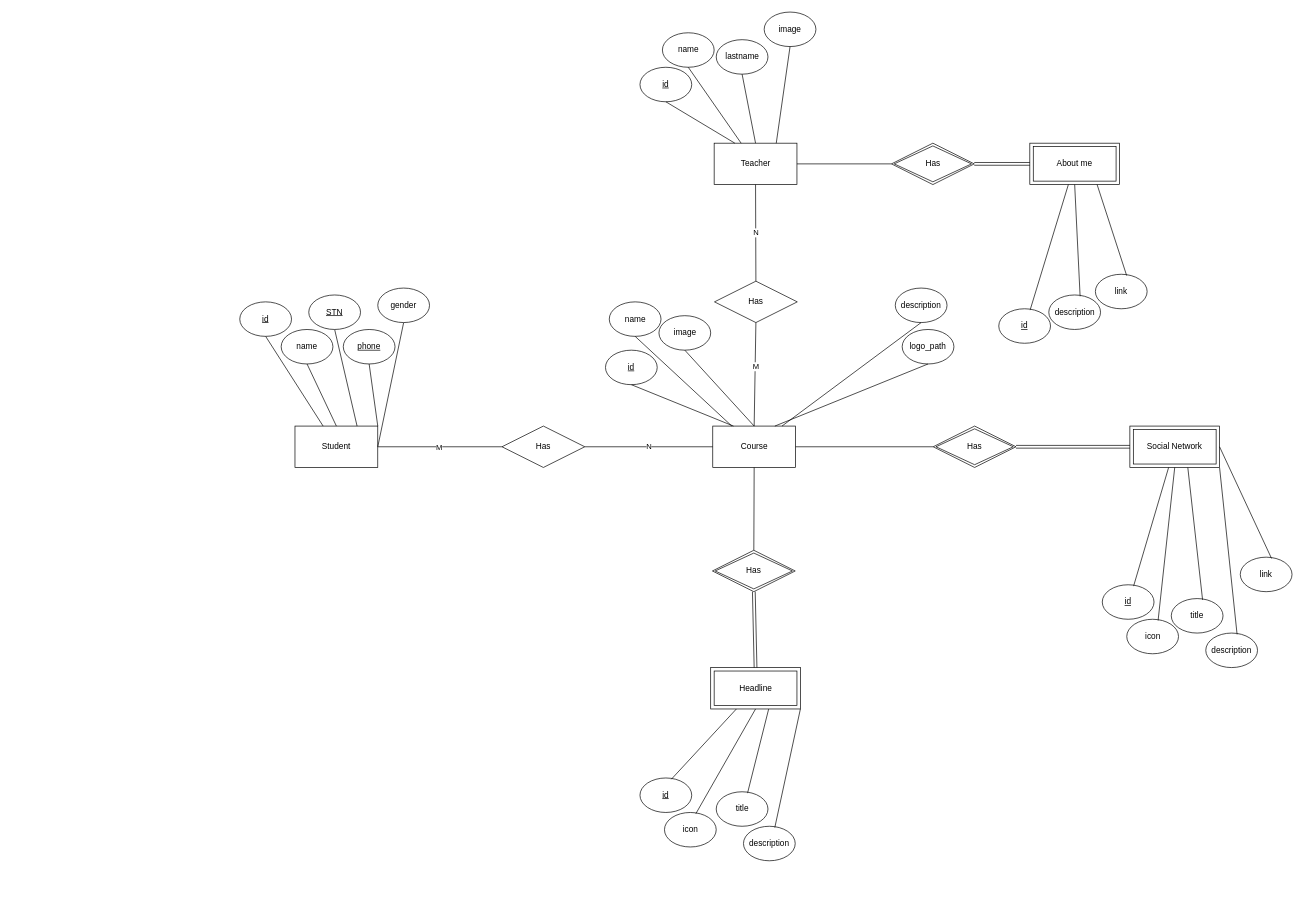
Above: db/er.drawio in alizeinodin/kivy (draw.io), before the change. Source tidied: cells renumbered, new cells numbered last; positions are measured from the earlier drawing's top-left corner, leaving out a move shared by most shapes. Both pictures are drawn from the tidied source at 69%, with x=0, y=0 at pixel (239, 12).
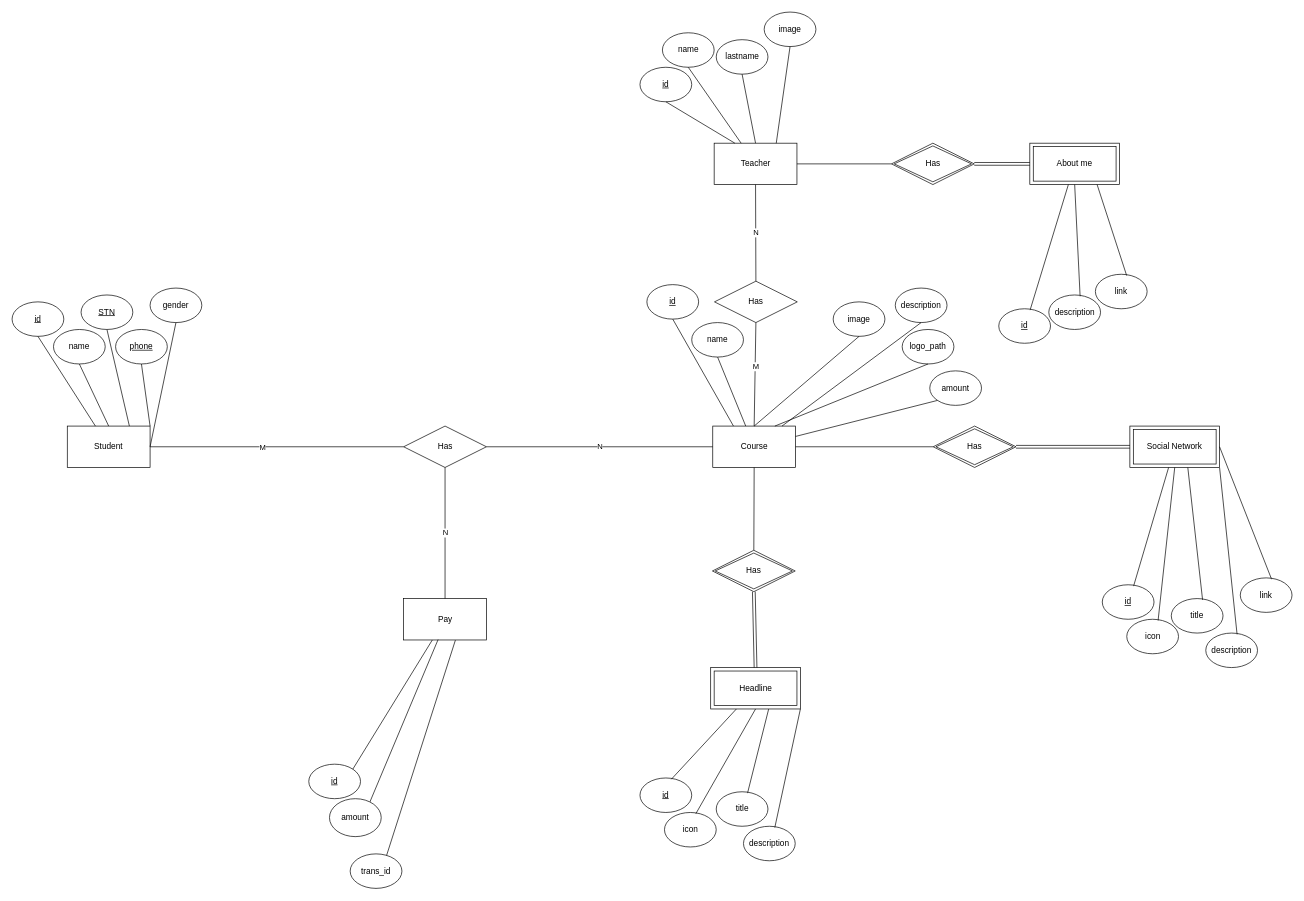
The same diagram, later.

Unchanged cells that the change refers to:
```xml
<mxCell id="2" value="Course" style="rounded=0;whiteSpace=wrap;html=1;" parent="1" vertex="1">
  <mxGeometry x="685.5" y="600" width="120" height="60" as="geometry" />
</mxCell>
```

Change to the diagram source:
```diff
@@
     <mxCell id="3" value="id" style="ellipse;whiteSpace=wrap;html=1;fontStyle=4;" parent="1" vertex="1">
-      <mxGeometry x="530" y="490" width="75" height="50" as="geometry" />
+      <mxGeometry x="590" y="395" width="75" height="50" as="geometry" />
     </mxCell>
     <mxCell id="4" value="name" style="ellipse;whiteSpace=wrap;html=1;" parent="1" vertex="1">
-      <mxGeometry x="535.5" y="420" width="75" height="50" as="geometry" />
+      <mxGeometry x="655" y="450" width="75" height="50" as="geometry" />
     </mxCell>
@@
     <mxCell id="11" value="image" style="ellipse;whiteSpace=wrap;html=1;" parent="1" vertex="1">
-      <mxGeometry x="607.5" y="440" width="75" height="50" as="geometry" />
+      <mxGeometry x="860" y="420" width="75" height="50" as="geometry" />
     </mxCell>
@@
     <mxCell id="36" value="link" style="ellipse;whiteSpace=wrap;html=1;" parent="1" vertex="1">
-      <mxGeometry x="1450" y="790" width="75" height="50" as="geometry" />
+      <mxGeometry x="1450" y="820" width="75" height="50" as="geometry" />
     </mxCell>
@@
     <mxCell id="39" value="Student" style="whiteSpace=wrap;html=1;align=center;" parent="1" vertex="1">
-      <mxGeometry x="80" y="600" width="120" height="60" as="geometry" />
+      <mxGeometry x="-250" y="600" width="120" height="60" as="geometry" />
     </mxCell>
     <mxCell id="40" value="id" style="ellipse;whiteSpace=wrap;html=1;fontStyle=4;" parent="1" vertex="1">
-      <mxGeometry y="420" width="75" height="50" as="geometry" />
+      <mxGeometry x="-330" y="420" width="75" height="50" as="geometry" />
     </mxCell>
@@
     <mxCell id="43" value="name" style="ellipse;whiteSpace=wrap;html=1;" parent="1" vertex="1">
-      <mxGeometry x="60" y="460" width="75" height="50" as="geometry" />
+      <mxGeometry x="-270" y="460" width="75" height="50" as="geometry" />
     </mxCell>
@@
     <mxCell id="45" value="&lt;u&gt;STN&lt;/u&gt;" style="ellipse;whiteSpace=wrap;html=1;" parent="1" vertex="1">
-      <mxGeometry x="100" y="410" width="75" height="50" as="geometry" />
+      <mxGeometry x="-230" y="410" width="75" height="50" as="geometry" />
     </mxCell>
@@
     <mxCell id="47" value="&lt;u&gt;phone&lt;/u&gt;" style="ellipse;whiteSpace=wrap;html=1;" parent="1" vertex="1">
-      <mxGeometry x="150" y="460" width="75" height="50" as="geometry" />
+      <mxGeometry x="-180" y="460" width="75" height="50" as="geometry" />
     </mxCell>
@@
     <mxCell id="49" value="gender" style="ellipse;whiteSpace=wrap;html=1;" parent="1" vertex="1">
-      <mxGeometry x="200" y="400" width="75" height="50" as="geometry" />
+      <mxGeometry x="-130" y="400" width="75" height="50" as="geometry" />
     </mxCell>
     <mxCell id="50" value="Has" style="shape=rhombus;perimeter=rhombusPerimeter;whiteSpace=wrap;html=1;align=center;" parent="1" vertex="1">
-      <mxGeometry x="380" y="600" width="120" height="60" as="geometry" />
+      <mxGeometry x="237.5" y="600" width="120" height="60" as="geometry" />
     </mxCell>
@@
+    <mxCell id="77" value="Pay" style="whiteSpace=wrap;html=1;align=center;" parent="1" vertex="1">
+      <mxGeometry x="237.5" y="850" width="120" height="60" as="geometry" />
+    </mxCell>
+    <mxCell id="78" value="id" style="ellipse;whiteSpace=wrap;html=1;fontStyle=4;" parent="1" vertex="1">
+      <mxGeometry x="100" y="1090" width="75" height="50" as="geometry" />
+    </mxCell>
+    <mxCell id="79" style="endArrow=none;html=1;rounded=0;entryX=1;entryY=0;entryDx=0;entryDy=0;" parent="1" edge="1" source="77" target="78">
+      <mxGeometry relative="1" as="geometry" />
+    </mxCell>
+    <mxCell id="80" style="endArrow=none;html=1;rounded=0;entryX=0.5;entryY=1;entryDx=0;entryDy=0;exitX=0.416;exitY=0.99;exitDx=0;exitDy=0;exitPerimeter=0;" parent="1" edge="1" source="77" target="81">
+      <mxGeometry relative="1" as="geometry" />
+    </mxCell>
+    <mxCell id="81" value="amount" style="ellipse;whiteSpace=wrap;html=1;" parent="1" vertex="1">
+      <mxGeometry x="130" y="1140" width="75" height="55" as="geometry" />
+    </mxCell>
+    <mxCell id="82" style="endArrow=none;html=1;rounded=0;entryX=0.5;entryY=1;entryDx=0;entryDy=0;exitX=0.625;exitY=1.004;exitDx=0;exitDy=0;exitPerimeter=0;" parent="1" edge="1" source="77" target="83">
+      <mxGeometry relative="1" as="geometry" />
+    </mxCell>
+    <mxCell id="83" value="trans_id" style="ellipse;whiteSpace=wrap;html=1;" parent="1" vertex="1">
+      <mxGeometry x="160" y="1220" width="75" height="50" as="geometry" />
+    </mxCell>
+    <mxCell id="84" value="N" style="endArrow=none;html=1;rounded=0;exitX=0.5;exitY=1;exitDx=0;exitDy=0;entryX=0.5;entryY=0;entryDx=0;entryDy=0;" parent="1" edge="1" source="50" target="77">
+      <mxGeometry relative="1" as="geometry" />
+    </mxCell>
+    <mxCell id="85" value="amount" style="ellipse;whiteSpace=wrap;html=1;" parent="1" vertex="1">
+      <mxGeometry x="1000" y="520" width="75" height="50" as="geometry" />
+    </mxCell>
+    <mxCell id="86" style="endArrow=none;html=1;rounded=0;entryX=0;entryY=1;entryDx=0;entryDy=0;exitX=1;exitY=0.25;exitDx=0;exitDy=0;" parent="1" edge="1" source="2" target="85">
+      <mxGeometry relative="1" as="geometry" />
+    </mxCell>
```
